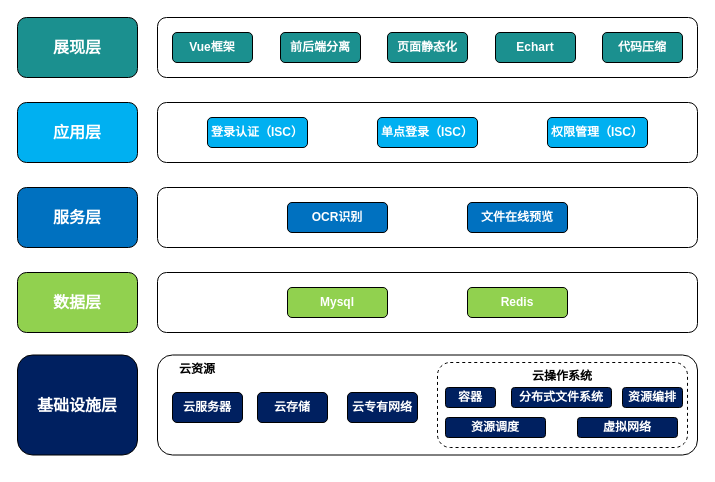
Before: 信息运维技术架构图.drawio in diaosinanshen/draw, a draw.io diagram. Source tidied: cells renumbered, new cells numbered last; positions are measured from the earlier drawing's top-left corner, leaving out a move shared by most shapes. Both pictures are drawn from the tidied source at 100%, with x=0, y=0 at pixel (17, 17).
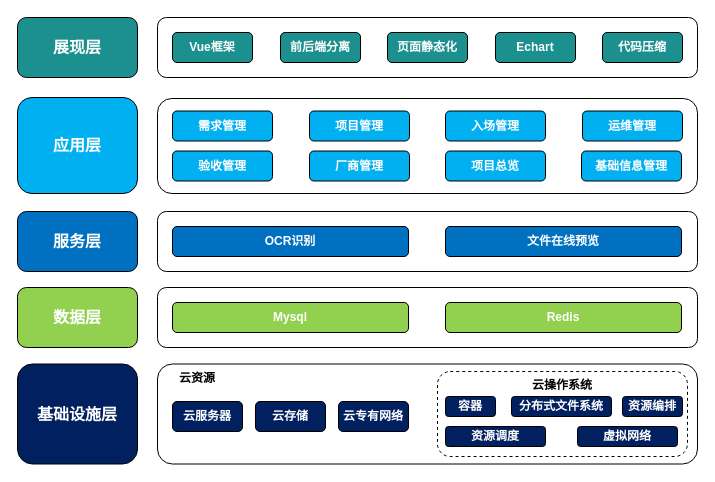
After the change.

Commit message (it also covers changes not shown here):
更新信息运维技术架构图.drawio

What changed in the source:
```diff
@@
     <mxCell id="2" value="基础设施层" style="rounded=1;whiteSpace=wrap;html=1;fillColor=#002060;fontColor=#FFFFFF;fontSize=16;fontStyle=1;" parent="1" vertex="1">
-      <mxGeometry y="337.5" width="120" height="100" as="geometry" />
+      <mxGeometry y="346.5" width="120" height="100" as="geometry" />
     </mxCell>
     <mxCell id="3" value="数据层" style="rounded=1;whiteSpace=wrap;html=1;fillColor=#91d14f;fontColor=#FFFFFF;fontSize=16;fontStyle=1;" parent="1" vertex="1">
-      <mxGeometry y="255" width="120" height="60" as="geometry" />
+      <mxGeometry y="270" width="120" height="60" as="geometry" />
     </mxCell>
     <mxCell id="4" value="服务层" style="rounded=1;whiteSpace=wrap;html=1;fillColor=#0071c0;fontColor=#FFFFFF;fontSize=16;fontStyle=1;" parent="1" vertex="1">
-      <mxGeometry y="170" width="120" height="60" as="geometry" />
+      <mxGeometry y="194" width="120" height="60" as="geometry" />
     </mxCell>
     <mxCell id="5" value="应用层" style="rounded=1;whiteSpace=wrap;html=1;fillColor=#00b0f1;strokeColor=#000000;fontColor=#FFFFFF;fontSize=16;fontStyle=1;" parent="1" vertex="1">
-      <mxGeometry y="85" width="120" height="60" as="geometry" />
+      <mxGeometry y="80" width="120" height="96" as="geometry" />
     </mxCell>
@@
     <mxCell id="12" style="rounded=1;whiteSpace=wrap;html=1;fontColor=#FFFFFF;fontStyle=1;" parent="1" vertex="1">
-      <mxGeometry x="140" y="255" width="540" height="60" as="geometry" />
+      <mxGeometry x="140" y="270" width="540" height="60" as="geometry" />
     </mxCell>
     <mxCell id="13" value="Mysql" style="rounded=1;whiteSpace=wrap;html=1;fillColor=#91D14F;fontColor=#FFFFFF;fontStyle=1;" parent="1" vertex="1">
-      <mxGeometry x="270" y="270" width="100" height="30" as="geometry" />
+      <mxGeometry x="155" y="285" width="236" height="30" as="geometry" />
     </mxCell>
     <mxCell id="14" value="Redis" style="rounded=1;whiteSpace=wrap;html=1;fillColor=#91D14F;fontColor=#FFFFFF;fontStyle=1;" parent="1" vertex="1">
-      <mxGeometry x="450" y="270" width="100" height="30" as="geometry" />
+      <mxGeometry x="428" y="285" width="236" height="30" as="geometry" />
     </mxCell>
     <mxCell id="15" style="rounded=1;whiteSpace=wrap;html=1;fontColor=#FFFFFF;fontStyle=1;" parent="1" vertex="1">
-      <mxGeometry x="140" y="170" width="540" height="60" as="geometry" />
+      <mxGeometry x="140" y="194" width="540" height="60" as="geometry" />
     </mxCell>
     <mxCell id="16" value="OCR识别" style="rounded=1;whiteSpace=wrap;html=1;fillColor=#0071C0;fontColor=#FFFFFF;fontStyle=1;" parent="1" vertex="1">
-      <mxGeometry x="270" y="185" width="100" height="30" as="geometry" />
+      <mxGeometry x="155" y="209" width="236" height="30" as="geometry" />
     </mxCell>
     <mxCell id="17" value="文件在线预览" style="rounded=1;whiteSpace=wrap;html=1;fillColor=#0071C0;fontColor=#FFFFFF;fontStyle=1;" parent="1" vertex="1">
-      <mxGeometry x="450" y="185" width="100" height="30" as="geometry" />
+      <mxGeometry x="428" y="209" width="236" height="30" as="geometry" />
     </mxCell>
     <mxCell id="18" value="云资源" style="rounded=1;whiteSpace=wrap;html=1;verticalAlign=top;align=left;spacingLeft=20;fontStyle=1;" parent="1" vertex="1">
-      <mxGeometry x="140" y="337.5" width="540" height="100" as="geometry" />
+      <mxGeometry x="140" y="346.5" width="540" height="100" as="geometry" />
     </mxCell>
-    <mxCell id="19" value="云服务器" style="rounded=1;whiteSpace=wrap;html=1;fillColor=#002060;fontColor=#FFFFFF;fontStyle=1;" parent="1" vertex="1">
-      <mxGeometry x="155" y="375" width="70" height="30" as="geometry" />
+    <mxCell id="19" value="云服务器" style="rounded=1;whiteSpace=wrap;html=1;fillColor=#002060;fontColor=#FFFFFF;fontStyle=1;flipH=0;flipV=1;" parent="1" vertex="1">
+      <mxGeometry x="155" y="384" width="70" height="30" as="geometry" />
     </mxCell>
-    <mxCell id="20" value="云专有网络" style="rounded=1;whiteSpace=wrap;html=1;fillColor=#002060;fontColor=#FFFFFF;fontStyle=1;" parent="1" vertex="1">
-      <mxGeometry x="330" y="375" width="70" height="30" as="geometry" />
+    <mxCell id="20" value="云专有网络" style="rounded=1;whiteSpace=wrap;html=1;fillColor=#002060;fontColor=#FFFFFF;fontStyle=1;flipH=0;flipV=1;" parent="1" vertex="1">
+      <mxGeometry x="321" y="384" width="70" height="30" as="geometry" />
     </mxCell>
-    <mxCell id="21" value="云存储" style="rounded=1;whiteSpace=wrap;html=1;fillColor=#002060;fontColor=#FFFFFF;fontStyle=1;" parent="1" vertex="1">
-      <mxGeometry x="240" y="375" width="70" height="30" as="geometry" />
+    <mxCell id="21" value="云存储" style="rounded=1;whiteSpace=wrap;html=1;fillColor=#002060;fontColor=#FFFFFF;fontStyle=1;flipH=0;flipV=1;" parent="1" vertex="1">
+      <mxGeometry x="238" y="384" width="70" height="30" as="geometry" />
     </mxCell>
     <mxCell id="22" style="rounded=1;whiteSpace=wrap;html=1;fontColor=#FFFFFF;fontStyle=1;" parent="1" vertex="1">
-      <mxGeometry x="140" y="85" width="540" height="60" as="geometry" />
+      <mxGeometry x="140" y="81" width="540" height="95" as="geometry" />
     </mxCell>
-    <mxCell id="23" value="登录认证（ISC）" style="rounded=1;whiteSpace=wrap;html=1;fillColor=#00B0F1;fontColor=#FFFFFF;fontStyle=1;" parent="1" vertex="1">
-      <mxGeometry x="190" y="100" width="100" height="30" as="geometry" />
-    </mxCell>
-    <mxCell id="24" value="单点登录（ISC）" style="rounded=1;whiteSpace=wrap;html=1;fillColor=#00B0F1;fontColor=#FFFFFF;fontStyle=1;" parent="1" vertex="1">
-      <mxGeometry x="360" y="100" width="100" height="30" as="geometry" />
-    </mxCell>
@@
-    <mxCell id="26" value="权限管理（ISC）" style="rounded=1;whiteSpace=wrap;html=1;fillColor=#00B0F1;fontColor=#FFFFFF;fontStyle=1;" parent="1" vertex="1">
-      <mxGeometry x="530" y="100" width="100" height="30" as="geometry" />
-    </mxCell>
     <mxCell id="27" value="云操作系统" style="rounded=1;whiteSpace=wrap;html=1;verticalAlign=top;dashed=1;fontStyle=1;" parent="1" vertex="1">
-      <mxGeometry x="420" y="345" width="250" height="85" as="geometry" />
+      <mxGeometry x="420" y="354" width="250" height="85" as="geometry" />
     </mxCell>
     <mxCell id="28" value="容器" style="rounded=1;whiteSpace=wrap;html=1;fillColor=#002060;fontColor=#FFFFFF;fontStyle=1;" parent="1" vertex="1">
-      <mxGeometry x="428" y="370" width="50" height="20" as="geometry" />
+      <mxGeometry x="428" y="379" width="50" height="20" as="geometry" />
     </mxCell>
     <mxCell id="29" value="分布式文件系统" style="rounded=1;whiteSpace=wrap;html=1;fillColor=#002060;fontColor=#FFFFFF;fontStyle=1;" parent="1" vertex="1">
-      <mxGeometry x="494" y="370" width="100" height="20" as="geometry" />
+      <mxGeometry x="494" y="379" width="100" height="20" as="geometry" />
     </mxCell>
     <mxCell id="30" value="资源编排" style="rounded=1;whiteSpace=wrap;html=1;fillColor=#002060;fontColor=#FFFFFF;fontStyle=1;" parent="1" vertex="1">
-      <mxGeometry x="605" y="370" width="60" height="20" as="geometry" />
+      <mxGeometry x="605" y="379" width="60" height="20" as="geometry" />
     </mxCell>
     <mxCell id="31" value="虚拟网络" style="rounded=1;whiteSpace=wrap;html=1;fillColor=#002060;fontColor=#FFFFFF;fontStyle=1;" parent="1" vertex="1">
-      <mxGeometry x="560" y="400" width="100" height="20" as="geometry" />
+      <mxGeometry x="560" y="409" width="100" height="20" as="geometry" />
     </mxCell>
     <mxCell id="32" value="资源调度" style="rounded=1;whiteSpace=wrap;html=1;fillColor=#002060;fontColor=#FFFFFF;fontStyle=1;" parent="1" vertex="1">
-      <mxGeometry x="428" y="400" width="100" height="20" as="geometry" />
+      <mxGeometry x="428" y="409" width="100" height="20" as="geometry" />
     </mxCell>
+    <mxCell id="33" value="需求管理" style="rounded=1;whiteSpace=wrap;html=1;fillColor=#00B0F1;fontColor=#FFFFFF;fontStyle=1;" parent="1" vertex="1">
+      <mxGeometry x="155" y="93.5" width="100" height="30" as="geometry" />
+    </mxCell>
+    <mxCell id="34" value="项目管理" style="rounded=1;whiteSpace=wrap;html=1;fillColor=#00B0F1;fontColor=#FFFFFF;fontStyle=1;" parent="1" vertex="1">
+      <mxGeometry x="292" y="93.5" width="100" height="30" as="geometry" />
+    </mxCell>
+    <mxCell id="35" value="验收管理" style="rounded=1;whiteSpace=wrap;html=1;fillColor=#00B0F1;fontColor=#FFFFFF;fontStyle=1;" parent="1" vertex="1">
+      <mxGeometry x="155" y="133.5" width="100" height="30" as="geometry" />
+    </mxCell>
+    <mxCell id="36" value="入场管理" style="rounded=1;whiteSpace=wrap;html=1;fillColor=#00B0F1;fontColor=#FFFFFF;fontStyle=1;" parent="1" vertex="1">
+      <mxGeometry x="428" y="93.5" width="100" height="30" as="geometry" />
+    </mxCell>
+    <mxCell id="37" value="运维管理" style="rounded=1;whiteSpace=wrap;html=1;fillColor=#00B0F1;fontColor=#FFFFFF;fontStyle=1;" parent="1" vertex="1">
+      <mxGeometry x="565" y="93.5" width="100" height="30" as="geometry" />
+    </mxCell>
+    <mxCell id="38" value="厂商管理" style="rounded=1;whiteSpace=wrap;html=1;fillColor=#00B0F1;fontColor=#FFFFFF;fontStyle=1;" parent="1" vertex="1">
+      <mxGeometry x="292" y="133.5" width="100" height="30" as="geometry" />
+    </mxCell>
+    <mxCell id="39" value="基础信息管理" style="rounded=1;whiteSpace=wrap;html=1;fillColor=#00B0F1;fontColor=#FFFFFF;fontStyle=1;" parent="1" vertex="1">
+      <mxGeometry x="564" y="133.5" width="100" height="30" as="geometry" />
+    </mxCell>
+    <mxCell id="40" value="项目总览" style="rounded=1;whiteSpace=wrap;html=1;fillColor=#00B0F1;fontColor=#FFFFFF;fontStyle=1;" parent="1" vertex="1">
+      <mxGeometry x="428" y="133.5" width="100" height="30" as="geometry" />
+    </mxCell>
```
